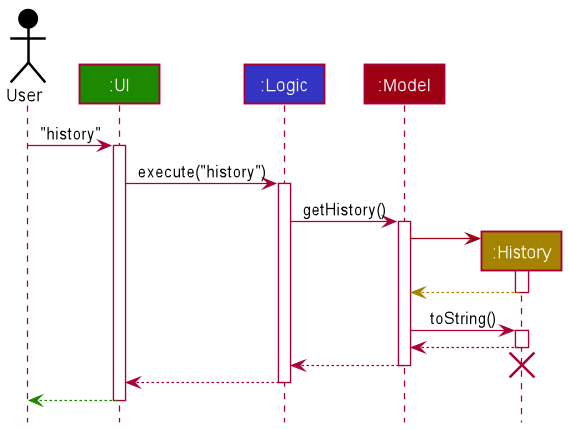
The PlantUML diagram docs/images/HistoryArchitectureSequenceDiagram.png in nus-cs2103-AY2021S2/tp, before a commit. Source of this version:
```plantuml
@startuml
!include style.puml

Actor User as user USER_COLOR
Participant ":UI" as ui UI_COLOR
Participant ":Logic" as logic LOGIC_COLOR
Participant ":Model" as model MODEL_COLOR
Participant ":History" as history STORAGE_COLOR

user -> ui : "history"
activate ui

ui -> logic : execute("history")
activate logic

logic -> model : getHistory()
activate model

create history
model -[MODEL_COLOR]> history
activate history

history -[STORAGE_COLOR]-> model
deactivate history

model -> history : toString()
activate history

history --> model
deactivate history

model --> logic
deactivate model

destroy history

logic --> ui
deactivate logic

ui--[UI_COLOR]> user
deactivate ui
@enduml
```
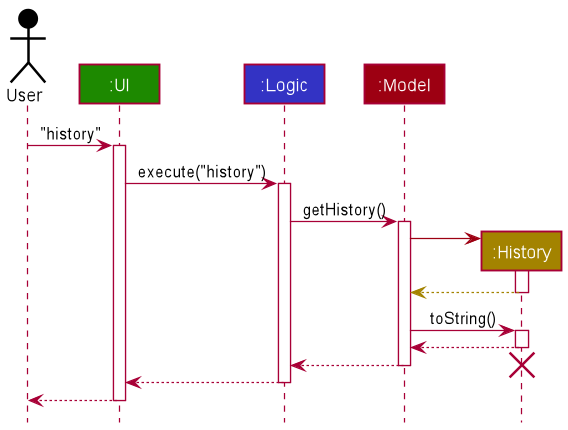
After the change.

Commit message:
Developer Guide: Add History Class and Object Diagram

The edit, as a diff of the source:
```diff
@@ -37,6 +37,6 @@
 logic --> ui
 deactivate logic
 
-ui--[UI_COLOR]> user
+ui--> user
 deactivate ui
 @enduml
```
